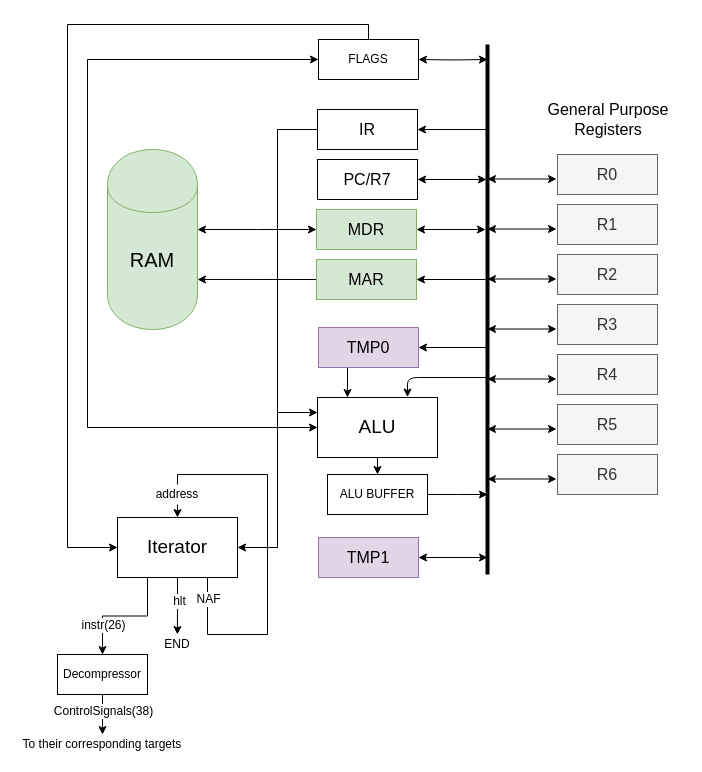
Before: docs/scheme.drawio in DarkGeekMS/simple-pdp11, a draw.io diagram. Source tidied: cells renumbered, new cells numbered last; positions are measured from the earlier drawing's top-left corner, leaving out a move shared by most shapes. Both pictures are drawn from the tidied source at 100%, with x=0, y=0 at pixel (17, 24).
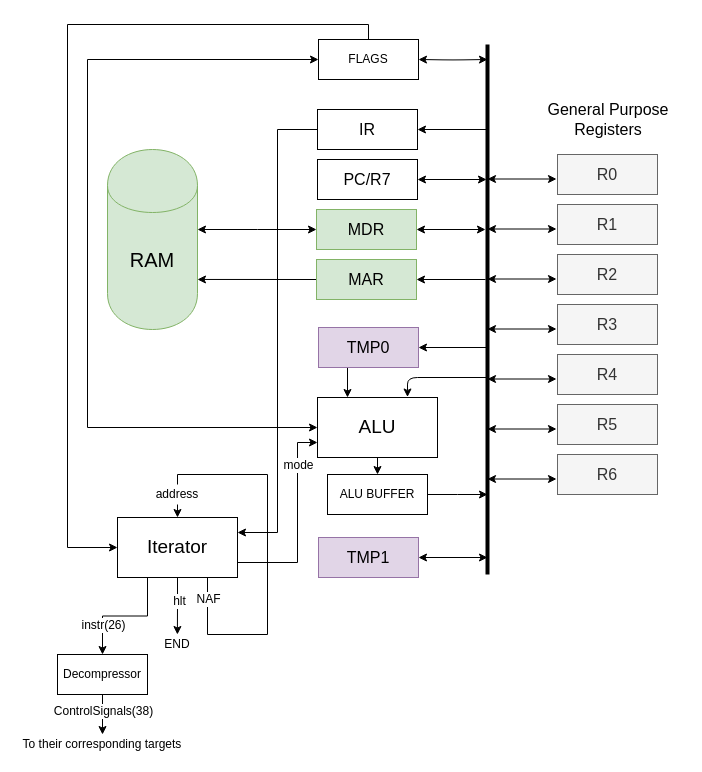
Above is the later version.

Commit message (it also covers changes not shown here):
scheme:  ir dont go to alu, iterator gives mode to alu

The change refers to these unchanged cells:
```xml
<mxCell id="5" value="&lt;font style=&quot;font-size: 19px&quot;&gt;ALU&lt;/font&gt;" style="rounded=0;whiteSpace=wrap;html=1;" parent="1" vertex="1">
  <mxGeometry x="300" y="373" width="120" height="60" as="geometry" />
</mxCell>
<mxCell id="35" value="&lt;font style=&quot;font-size: 16px&quot;&gt;IR&lt;br&gt;&lt;/font&gt;" style="rounded=0;whiteSpace=wrap;html=1;" parent="1" vertex="1">
  <mxGeometry x="300" y="85" width="100" height="40" as="geometry" />
</mxCell>
<mxCell id="51" value="&lt;font style=&quot;font-size: 19px&quot;&gt;Iterator&lt;/font&gt;" style="rounded=0;whiteSpace=wrap;html=1;" parent="1" vertex="1">
  <mxGeometry x="100" y="493" width="120" height="60" as="geometry" />
</mxCell>
```

What changed in the source:
```diff
@@
-    <mxCell id="33" style="edgeStyle=orthogonalEdgeStyle;rounded=0;jettySize=auto;html=1;exitX=0;exitY=0.5;exitDx=0;exitDy=0;entryX=0;entryY=0.25;entryDx=0;entryDy=0;" parent="1" edge="1" source="35" target="5">
-      <mxGeometry relative="1" as="geometry">
-        <Array as="points">
-          <mxPoint x="260" y="105" />
-          <mxPoint x="260" y="388" />
-        </Array>
-      </mxGeometry>
-    </mxCell>
-    <mxCell id="34" style="edgeStyle=orthogonalEdgeStyle;rounded=0;jettySize=auto;html=1;entryX=1;entryY=0.5;entryDx=0;entryDy=0;" parent="1" edge="1" source="35" target="51">
+    <mxCell id="34" style="edgeStyle=orthogonalEdgeStyle;rounded=0;jettySize=auto;html=1;entryX=1;entryY=0.25;entryDx=0;entryDy=0;" parent="1" edge="1" source="35" target="51">
       <mxGeometry relative="1" as="geometry" />
     </mxCell>
@@
+    <mxCell id="58" style="edgeStyle=orthogonalEdgeStyle;rounded=0;jettySize=auto;html=1;exitX=1;exitY=0.75;exitDx=0;exitDy=0;entryX=0;entryY=0.75;entryDx=0;entryDy=0;" parent="1" edge="1" source="51" target="5">
+      <mxGeometry relative="1" as="geometry">
+        <Array as="points">
+          <mxPoint x="280" y="538" />
+          <mxPoint x="280" y="418" />
+        </Array>
+      </mxGeometry>
+    </mxCell>
+    <mxCell id="59" value="mode" style="text;html=1;align=center;verticalAlign=middle;labelBackgroundColor=#ffffff;" parent="58" vertex="1">
+      <mxGeometry x="0.51" y="2" relative="1" as="geometry">
+        <mxPoint x="2" y="-7" as="offset" />
+      </mxGeometry>
+    </mxCell>
```
